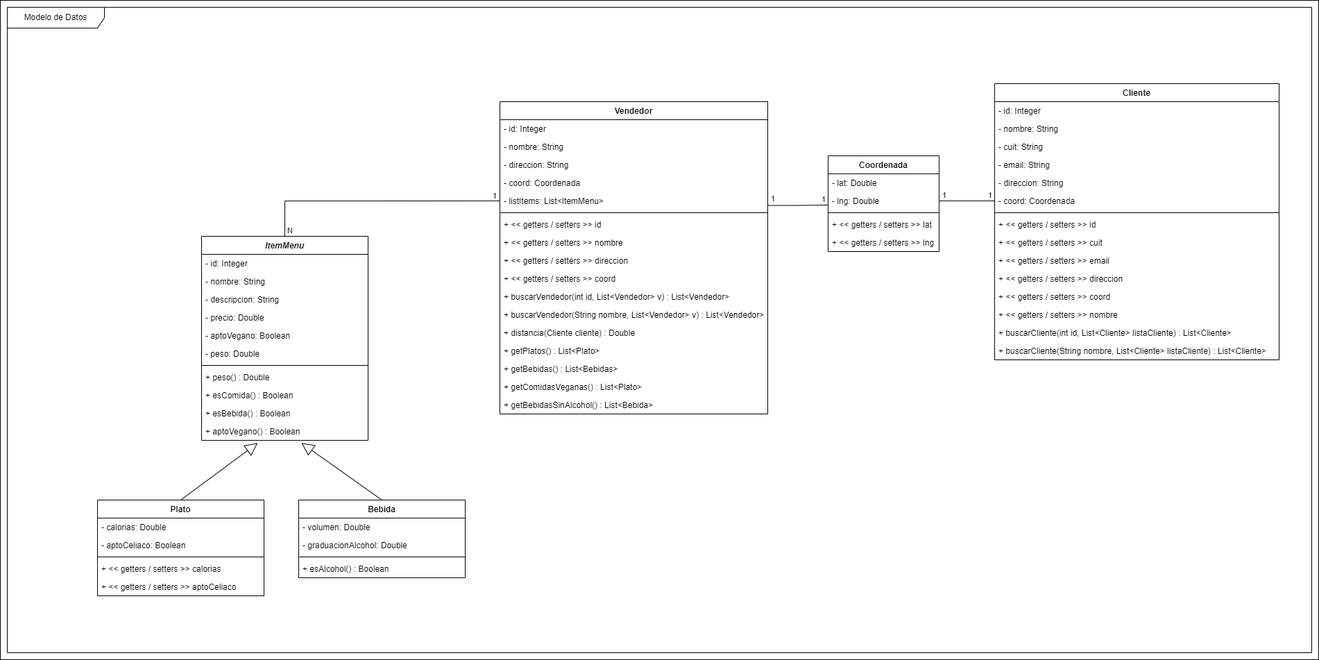
Before: Diagrama.png, a diagram exported from draw.io (DeckNG31/Simple-Delivery-App). Source tidied: cells renumbered, new cells last; positions are measured from the earlier drawing's top-left corner, leaving out a move shared by most shapes.
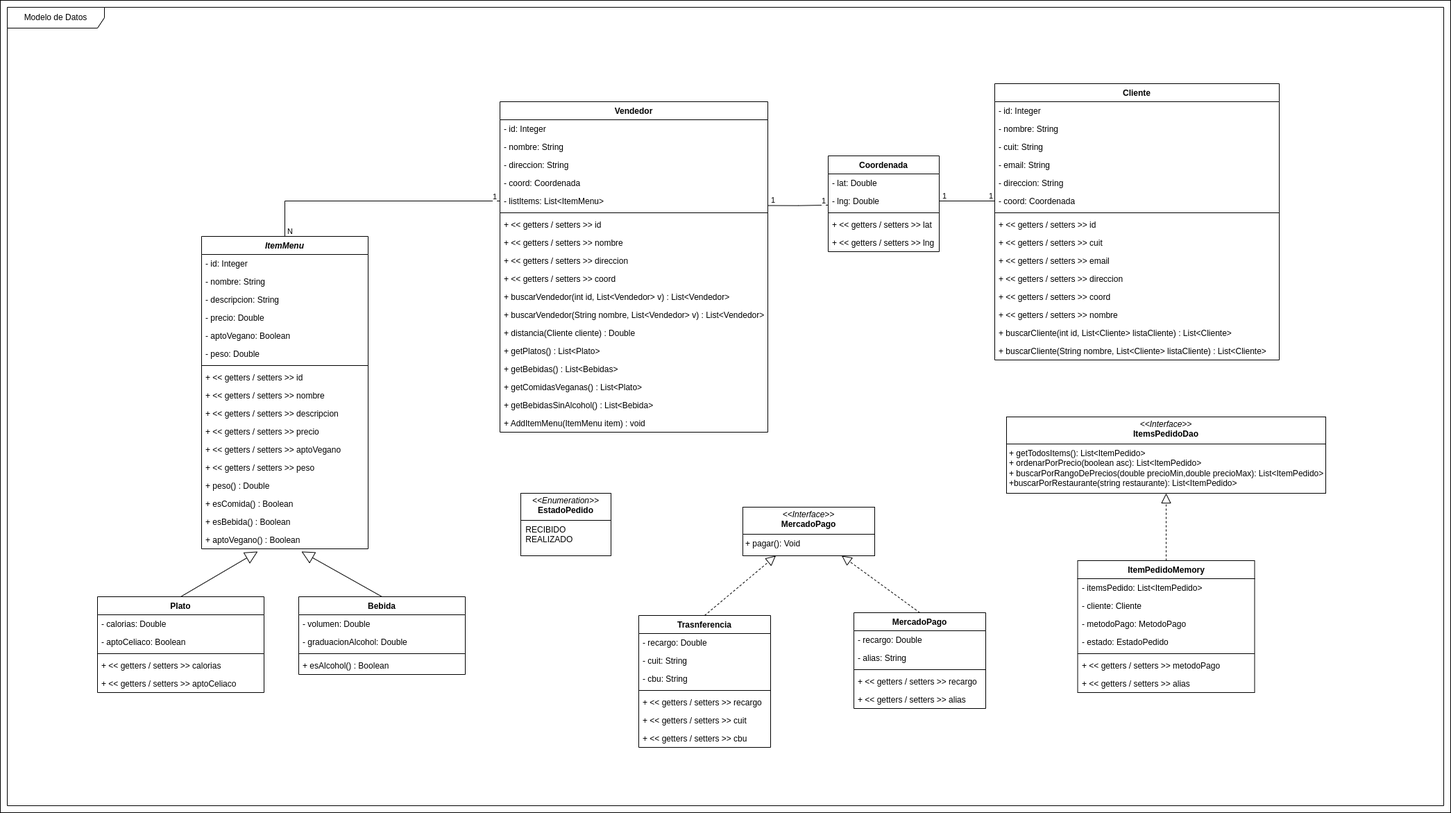
Later version of the same file.

Diff of the diagram source:
```diff
@@ -3,7 +3,7 @@
     <mxCell id="0" />
     <mxCell id="1" parent="0" />
     <mxCell id="2" style="rounded=0;whiteSpace=wrap;html=1;" parent="1" vertex="1">
-      <mxGeometry width="1900" height="950" as="geometry" />
+      <mxGeometry width="2090" height="1170" as="geometry" />
     </mxCell>
     <mxCell id="3" value="Cliente" style="swimlane;fontStyle=1;align=center;verticalAlign=top;horizontal=1;startSize=26;whiteSpace=wrap;html=1;" parent="1" vertex="1">
       <mxGeometry x="1433" y="120" width="410" height="398" as="geometry" />
@@ -72,7 +72,7 @@
       <mxGeometry y="112" width="160" height="26" as="geometry" />
     </mxCell>
     <mxCell id="25" value="&lt;div&gt;Vendedor&lt;/div&gt;" style="swimlane;fontStyle=1;align=center;verticalAlign=top;horizontal=1;startSize=26;whiteSpace=wrap;html=1;" parent="1" vertex="1">
-      <mxGeometry x="720" y="146" width="386" height="450" as="geometry" />
+      <mxGeometry x="720" y="146" width="386" height="476" as="geometry" />
     </mxCell>
     <mxCell id="26" value="- id: Integer" style="text;strokeColor=none;fillColor=none;align=left;verticalAlign=top;spacingLeft=4;spacingRight=4;overflow=hidden;whiteSpace=wrap;html=1;" parent="25" vertex="1">
       <mxGeometry y="26" width="386" height="26" as="geometry" />
@@ -125,8 +125,11 @@
     <mxCell id="42" value="+ getBebidasSinAlcohol() : List&amp;lt;Bebida&amp;gt;" style="text;strokeColor=none;fillColor=none;align=left;verticalAlign=top;spacingLeft=4;spacingRight=4;overflow=hidden;whiteSpace=wrap;html=1;" parent="25" vertex="1">
       <mxGeometry y="424" width="386" height="26" as="geometry" />
     </mxCell>
+    <mxCell id="78" value="+ AddItemMenu(ItemMenu item) : void" style="text;strokeColor=none;fillColor=none;align=left;verticalAlign=top;spacingLeft=4;spacingRight=4;overflow=hidden;whiteSpace=wrap;html=1;" parent="25" vertex="1">
+      <mxGeometry y="450" width="386" height="26" as="geometry" />
+    </mxCell>
     <mxCell id="43" value="&lt;div&gt;Bebida&lt;/div&gt;" style="swimlane;fontStyle=1;align=center;verticalAlign=top;horizontal=1;startSize=26;whiteSpace=wrap;html=1;" parent="1" vertex="1">
-      <mxGeometry x="430" y="720" width="240" height="112" as="geometry" />
+      <mxGeometry x="430" y="859" width="240" height="112" as="geometry" />
     </mxCell>
     <mxCell id="44" value="- volumen: Double" style="text;strokeColor=none;fillColor=none;align=left;verticalAlign=top;spacingLeft=4;spacingRight=4;overflow=hidden;whiteSpace=wrap;html=1;" parent="43" vertex="1">
       <mxGeometry y="26" width="240" height="26" as="geometry" />
@@ -141,7 +144,7 @@
       <mxGeometry y="86" width="240" height="26" as="geometry" />
     </mxCell>
     <mxCell id="48" value="&lt;div&gt;Plato&lt;/div&gt;" style="swimlane;fontStyle=1;align=center;verticalAlign=top;horizontal=1;startSize=26;whiteSpace=wrap;html=1;" parent="1" vertex="1">
-      <mxGeometry x="140" y="720" width="240" height="138" as="geometry" />
+      <mxGeometry x="140" y="859" width="240" height="138" as="geometry" />
     </mxCell>
     <mxCell id="49" value="- calorias: Double" style="text;strokeColor=none;fillColor=none;align=left;verticalAlign=top;spacingLeft=4;spacingRight=4;overflow=hidden;whiteSpace=wrap;html=1;" parent="48" vertex="1">
       <mxGeometry y="26" width="240" height="26" as="geometry" />
@@ -159,7 +162,7 @@
       <mxGeometry y="112" width="240" height="26" as="geometry" />
     </mxCell>
     <mxCell id="54" value="&lt;div&gt;&lt;i&gt;ItemMenu&lt;/i&gt;&lt;/div&gt;" style="swimlane;fontStyle=1;align=center;verticalAlign=top;horizontal=1;startSize=26;whiteSpace=wrap;html=1;" parent="1" vertex="1">
-      <mxGeometry x="290" y="340" width="240" height="294" as="geometry" />
+      <mxGeometry x="290" y="340" width="240" height="450" as="geometry" />
     </mxCell>
     <mxCell id="55" value="- id: Integer" style="text;strokeColor=none;fillColor=none;align=left;verticalAlign=top;spacingLeft=4;spacingRight=4;overflow=hidden;whiteSpace=wrap;html=1;" parent="54" vertex="1">
       <mxGeometry y="26" width="240" height="26" as="geometry" />
@@ -182,17 +185,35 @@
     <mxCell id="61" style="line;strokeWidth=1;fillColor=none;align=left;verticalAlign=middle;spacingTop=-1;spacingLeft=3;spacingRight=3;labelPosition=right;strokeColor=inherit;" parent="54" vertex="1">
       <mxGeometry y="182" width="240" height="8" as="geometry" />
     </mxCell>
+    <mxCell id="79" value="+ &amp;lt;&amp;lt; getters / setters &amp;gt;&amp;gt; id" style="text;strokeColor=none;fillColor=none;align=left;verticalAlign=top;spacingLeft=4;spacingRight=4;overflow=hidden;whiteSpace=wrap;html=1;" parent="54" vertex="1">
+      <mxGeometry y="190" width="240" height="26" as="geometry" />
+    </mxCell>
+    <mxCell id="80" value="+ &amp;lt;&amp;lt; getters / setters &amp;gt;&amp;gt; nombre" style="text;strokeColor=none;fillColor=none;align=left;verticalAlign=top;spacingLeft=4;spacingRight=4;overflow=hidden;whiteSpace=wrap;html=1;" parent="54" vertex="1">
+      <mxGeometry y="216" width="240" height="26" as="geometry" />
+    </mxCell>
+    <mxCell id="81" value="+ &amp;lt;&amp;lt; getters / setters &amp;gt;&amp;gt; descripcion" style="text;strokeColor=none;fillColor=none;align=left;verticalAlign=top;spacingLeft=4;spacingRight=4;overflow=hidden;whiteSpace=wrap;html=1;" parent="54" vertex="1">
+      <mxGeometry y="242" width="240" height="26" as="geometry" />
+    </mxCell>
+    <mxCell id="82" value="+ &amp;lt;&amp;lt; getters / setters &amp;gt;&amp;gt; precio" style="text;strokeColor=none;fillColor=none;align=left;verticalAlign=top;spacingLeft=4;spacingRight=4;overflow=hidden;whiteSpace=wrap;html=1;" parent="54" vertex="1">
+      <mxGeometry y="268" width="240" height="26" as="geometry" />
+    </mxCell>
+    <mxCell id="83" value="+ &amp;lt;&amp;lt; getters / setters &amp;gt;&amp;gt; aptoVegano" style="text;strokeColor=none;fillColor=none;align=left;verticalAlign=top;spacingLeft=4;spacingRight=4;overflow=hidden;whiteSpace=wrap;html=1;" parent="54" vertex="1">
+      <mxGeometry y="294" width="240" height="26" as="geometry" />
+    </mxCell>
+    <mxCell id="84" value="+ &amp;lt;&amp;lt; getters / setters &amp;gt;&amp;gt; peso" style="text;strokeColor=none;fillColor=none;align=left;verticalAlign=top;spacingLeft=4;spacingRight=4;overflow=hidden;whiteSpace=wrap;html=1;" parent="54" vertex="1">
+      <mxGeometry y="320" width="240" height="26" as="geometry" />
+    </mxCell>
-    <mxCell id="62" value="+ peso() : Double" style="text;strokeColor=none;fillColor=none;align=left;verticalAlign=top;spacingLeft=4;spacingRight=4;overflow=hidden;whiteSpace=wrap;html=1;" parent="54" vertex="1">
-      <mxGeometry y="190" width="240" height="26" as="geometry" />
+    <mxCell id="62" value="+ peso() : Double" style="text;strokeColor=none;fillColor=none;align=left;verticalAlign=top;spacingLeft=4;spacingRight=4;overflow=hidden;whiteSpace=wrap;html=1;fontStyle=0;" parent="54" vertex="1">
+      <mxGeometry y="346" width="240" height="26" as="geometry" />
     </mxCell>
-    <mxCell id="63" value="+ esComida() : Boolean" style="text;strokeColor=none;fillColor=none;align=left;verticalAlign=top;spacingLeft=4;spacingRight=4;overflow=hidden;whiteSpace=wrap;html=1;" parent="54" vertex="1">
-      <mxGeometry y="216" width="240" height="26" as="geometry" />
+    <mxCell id="63" value="+ esComida() : Boolean" style="text;strokeColor=none;fillColor=none;align=left;verticalAlign=top;spacingLeft=4;spacingRight=4;overflow=hidden;whiteSpace=wrap;html=1;fontStyle=0;" parent="54" vertex="1">
+      <mxGeometry y="372" width="240" height="26" as="geometry" />
     </mxCell>
-    <mxCell id="64" value="+ esBebida() : Boolean" style="text;strokeColor=none;fillColor=none;align=left;verticalAlign=top;spacingLeft=4;spacingRight=4;overflow=hidden;whiteSpace=wrap;html=1;" parent="54" vertex="1">
-      <mxGeometry y="242" width="240" height="26" as="geometry" />
+    <mxCell id="64" value="+ esBebida() : Boolean" style="text;strokeColor=none;fillColor=none;align=left;verticalAlign=top;spacingLeft=4;spacingRight=4;overflow=hidden;whiteSpace=wrap;html=1;fontStyle=0;" parent="54" vertex="1">
+      <mxGeometry y="398" width="240" height="26" as="geometry" />
     </mxCell>
-    <mxCell id="65" value="+ aptoVegano() : Boolean" style="text;strokeColor=none;fillColor=none;align=left;verticalAlign=top;spacingLeft=4;spacingRight=4;overflow=hidden;points=[[0,0.5],[1,0.5]];portConstraint=eastwest;whiteSpace=wrap;html=1;" parent="54" vertex="1">
-      <mxGeometry y="268" width="240" height="26" as="geometry" />
+    <mxCell id="65" value="+ aptoVegano() : Boolean" style="text;strokeColor=none;fillColor=none;align=left;verticalAlign=top;spacingLeft=4;spacingRight=4;overflow=hidden;points=[[0,0.5],[1,0.5]];portConstraint=eastwest;whiteSpace=wrap;html=1;fontStyle=0;" parent="54" vertex="1">
+      <mxGeometry y="424" width="240" height="26" as="geometry" />
     </mxCell>
     <mxCell id="66" style="endArrow=block;endSize=16;endFill=0;html=1;rounded=0;entryX=0.337;entryY=1.15;entryDx=0;entryDy=0;exitX=0.5;exitY=0;exitDx=0;exitDy=0;entryPerimeter=0;" parent="1" edge="1" source="48" target="65">
       <mxGeometry relative="1" as="geometry" />
@@ -240,7 +261,91 @@
       </mxGeometry>
     </mxCell>
     <mxCell id="77" value="Modelo de Datos" style="shape=umlFrame;whiteSpace=wrap;html=1;width=140;height=30;" parent="1" vertex="1">
-      <mxGeometry x="10" y="10" width="1880" height="930" as="geometry" />
+      <mxGeometry x="10" y="10" width="2070" height="1150" as="geometry" />
     </mxCell>
+    <mxCell id="85" value="&lt;div&gt;MercadoPago&lt;/div&gt;" style="swimlane;fontStyle=1;align=center;verticalAlign=top;horizontal=1;startSize=26;whiteSpace=wrap;html=1;" parent="1" vertex="1">
+      <mxGeometry x="1230" y="882" width="190" height="138" as="geometry" />
+    </mxCell>
+    <mxCell id="86" value="- recargo: Double" style="text;strokeColor=none;fillColor=none;align=left;verticalAlign=top;spacingLeft=4;spacingRight=4;overflow=hidden;whiteSpace=wrap;html=1;" parent="85" vertex="1">
+      <mxGeometry y="26" width="190" height="26" as="geometry" />
+    </mxCell>
+    <mxCell id="87" value="- alias: String" style="text;strokeColor=none;fillColor=none;align=left;verticalAlign=top;spacingLeft=4;spacingRight=4;overflow=hidden;whiteSpace=wrap;html=1;" parent="85" vertex="1">
+      <mxGeometry y="52" width="190" height="26" as="geometry" />
+    </mxCell>
+    <mxCell id="88" style="line;strokeWidth=1;fillColor=none;align=left;verticalAlign=middle;spacingTop=-1;spacingLeft=3;spacingRight=3;labelPosition=right;strokeColor=inherit;" parent="85" vertex="1">
+      <mxGeometry y="78" width="190" height="8" as="geometry" />
+    </mxCell>
+    <mxCell id="89" value="+ &amp;lt;&amp;lt; getters / setters &amp;gt;&amp;gt; recargo" style="text;strokeColor=none;fillColor=none;align=left;verticalAlign=top;spacingLeft=4;spacingRight=4;overflow=hidden;whiteSpace=wrap;html=1;" parent="85" vertex="1">
+      <mxGeometry y="86" width="190" height="26" as="geometry" />
+    </mxCell>
+    <mxCell id="90" value="+ &amp;lt;&amp;lt; getters / setters &amp;gt;&amp;gt; alias" style="text;strokeColor=none;fillColor=none;align=left;verticalAlign=top;spacingLeft=4;spacingRight=4;overflow=hidden;whiteSpace=wrap;html=1;" parent="85" vertex="1">
+      <mxGeometry y="112" width="190" height="26" as="geometry" />
+    </mxCell>
+    <mxCell id="91" value="&lt;p style=&quot;margin:0px;margin-top:4px;text-align:center;&quot;&gt;&lt;i&gt;&amp;lt;&amp;lt;Interface&amp;gt;&amp;gt;&lt;/i&gt;&lt;br&gt;&lt;b&gt;MercadoPago&lt;/b&gt;&lt;/p&gt;&lt;hr size=&quot;1&quot; style=&quot;border-style:solid;&quot;&gt;&lt;p style=&quot;margin:0px;margin-left:4px;&quot;&gt;+ pagar(): Void&lt;br&gt;&lt;br&gt;&lt;/p&gt;" style="verticalAlign=top;align=left;overflow=fill;html=1;whiteSpace=wrap;" parent="1" vertex="1">
+      <mxGeometry x="1070" y="730" width="190" height="70" as="geometry" />
+    </mxCell>
+    <mxCell id="92" value="&lt;div&gt;Trasnferencia&lt;/div&gt;" style="swimlane;fontStyle=1;align=center;verticalAlign=top;horizontal=1;startSize=26;whiteSpace=wrap;html=1;" parent="1" vertex="1">
+      <mxGeometry x="920" y="886" width="190" height="190" as="geometry" />
+    </mxCell>
+    <mxCell id="93" value="- recargo: Double" style="text;strokeColor=none;fillColor=none;align=left;verticalAlign=top;spacingLeft=4;spacingRight=4;overflow=hidden;whiteSpace=wrap;html=1;" parent="92" vertex="1">
+      <mxGeometry y="26" width="190" height="26" as="geometry" />
+    </mxCell>
+    <mxCell id="94" value="- cuit: String" style="text;strokeColor=none;fillColor=none;align=left;verticalAlign=top;spacingLeft=4;spacingRight=4;overflow=hidden;whiteSpace=wrap;html=1;" parent="92" vertex="1">
+      <mxGeometry y="52" width="190" height="26" as="geometry" />
+    </mxCell>
+    <mxCell id="95" value="- cbu: String" style="text;strokeColor=none;fillColor=none;align=left;verticalAlign=top;spacingLeft=4;spacingRight=4;overflow=hidden;whiteSpace=wrap;html=1;" parent="92" vertex="1">
+      <mxGeometry y="78" width="190" height="26" as="geometry" />
+    </mxCell>
+    <mxCell id="96" style="line;strokeWidth=1;fillColor=none;align=left;verticalAlign=middle;spacingTop=-1;spacingLeft=3;spacingRight=3;labelPosition=right;strokeColor=inherit;" parent="92" vertex="1">
+      <mxGeometry y="104" width="190" height="8" as="geometry" />
+    </mxCell>
+    <mxCell id="97" value="+ &amp;lt;&amp;lt; getters / setters &amp;gt;&amp;gt; recargo" style="text;strokeColor=none;fillColor=none;align=left;verticalAlign=top;spacingLeft=4;spacingRight=4;overflow=hidden;whiteSpace=wrap;html=1;" parent="92" vertex="1">
+      <mxGeometry y="112" width="190" height="26" as="geometry" />
+    </mxCell>
+    <mxCell id="98" value="+ &amp;lt;&amp;lt; getters / setters &amp;gt;&amp;gt; cuit" style="text;strokeColor=none;fillColor=none;align=left;verticalAlign=top;spacingLeft=4;spacingRight=4;overflow=hidden;whiteSpace=wrap;html=1;" parent="92" vertex="1">
+      <mxGeometry y="138" width="190" height="26" as="geometry" />
+    </mxCell>
+    <mxCell id="99" value="+ &amp;lt;&amp;lt; getters / setters &amp;gt;&amp;gt; cbu" style="text;strokeColor=none;fillColor=none;align=left;verticalAlign=top;spacingLeft=4;spacingRight=4;overflow=hidden;whiteSpace=wrap;html=1;" parent="92" vertex="1">
+      <mxGeometry y="164" width="190" height="26" as="geometry" />
+    </mxCell>
+    <mxCell id="100" style="endArrow=block;dashed=1;endFill=0;endSize=12;html=1;rounded=0;entryX=0.25;entryY=1;entryDx=0;entryDy=0;exitX=0.5;exitY=0;exitDx=0;exitDy=0;" parent="1" edge="1" source="92" target="91">
+      <mxGeometry relative="1" as="geometry" />
+    </mxCell>
+    <mxCell id="101" style="endArrow=block;dashed=1;endFill=0;endSize=12;html=1;rounded=0;entryX=0.75;entryY=1;entryDx=0;entryDy=0;exitX=0.5;exitY=0;exitDx=0;exitDy=0;" parent="1" edge="1" source="85" target="91">
+      <mxGeometry relative="1" as="geometry" />
+    </mxCell>
+    <mxCell id="102" value="&lt;p style=&quot;margin:0px;margin-top:4px;text-align:center;&quot;&gt;&lt;i&gt;&amp;lt;&amp;lt;Enumeration&amp;gt;&amp;gt;&lt;/i&gt;&lt;br&gt;&lt;b&gt;EstadoPedido&lt;/b&gt;&lt;/p&gt;&lt;hr size=&quot;1&quot; style=&quot;border-style:solid;&quot;&gt;&lt;p style=&quot;margin:0px;margin-left:4px;&quot;&gt;&amp;nbsp;RECIBIDO&lt;br&gt;&amp;nbsp;REALIZADO&lt;/p&gt;" style="verticalAlign=top;align=left;overflow=fill;html=1;whiteSpace=wrap;" parent="1" vertex="1">
+      <mxGeometry x="750" y="710" width="130" height="90" as="geometry" />
+    </mxCell>
+    <mxCell id="103" value="&lt;p style=&quot;margin:0px;margin-top:4px;text-align:center;&quot;&gt;&lt;i&gt;&amp;lt;&amp;lt;Interface&amp;gt;&amp;gt;&lt;/i&gt;&lt;br&gt;&lt;b&gt;ItemsPedidoDao&lt;/b&gt;&lt;/p&gt;&lt;hr size=&quot;1&quot; style=&quot;border-style:solid;&quot;&gt;&lt;p style=&quot;margin:0px;margin-left:4px;&quot;&gt;+ getTodosItems(): List&amp;lt;ItemPedido&amp;gt;&lt;/p&gt;&lt;p style=&quot;margin:0px;margin-left:4px;&quot;&gt;+ ordenarPorPrecio(boolean asc): List&amp;lt;ItemPedido&amp;gt;&lt;/p&gt;&lt;p style=&quot;margin:0px;margin-left:4px;&quot;&gt;+ buscarPorRangoDePrecios(double precioMin,double precioMax): List&amp;lt;ItemPedido&amp;gt;&lt;/p&gt;&lt;p style=&quot;margin:0px;margin-left:4px;&quot;&gt;+&lt;span style=&quot;background-color: initial;&quot;&gt;buscarPorRestaurante(string restaurante): List&amp;lt;ItemPedido&amp;gt;&lt;/span&gt;&lt;/p&gt;" style="verticalAlign=top;align=left;overflow=fill;html=1;whiteSpace=wrap;" parent="1" vertex="1">
+      <mxGeometry x="1450" y="600" width="460" height="110" as="geometry" />
+    </mxCell>
+    <mxCell id="104" value="&lt;div&gt;ItemPedidoMemory&lt;/div&gt;" style="swimlane;fontStyle=1;align=center;verticalAlign=top;horizontal=1;startSize=26;whiteSpace=wrap;html=1;" parent="1" vertex="1">
+      <mxGeometry x="1552.5" y="807" width="255" height="190" as="geometry" />
+    </mxCell>
+    <mxCell id="105" value="- itemsPedido: List&amp;lt;ItemPedido&amp;gt;" style="text;strokeColor=none;fillColor=none;align=left;verticalAlign=top;spacingLeft=4;spacingRight=4;overflow=hidden;whiteSpace=wrap;html=1;" parent="104" vertex="1">
+      <mxGeometry y="26" width="255" height="26" as="geometry" />
+    </mxCell>
+    <mxCell id="106" value="- cliente: Cliente" style="text;strokeColor=none;fillColor=none;align=left;verticalAlign=top;spacingLeft=4;spacingRight=4;overflow=hidden;whiteSpace=wrap;html=1;" parent="104" vertex="1">
+      <mxGeometry y="52" width="255" height="26" as="geometry" />
+    </mxCell>
+    <mxCell id="107" value="- metodoPago: MetodoPago" style="text;strokeColor=none;fillColor=none;align=left;verticalAlign=top;spacingLeft=4;spacingRight=4;overflow=hidden;whiteSpace=wrap;html=1;" parent="104" vertex="1">
+      <mxGeometry y="78" width="255" height="26" as="geometry" />
+    </mxCell>
+    <mxCell id="108" value="- estado: EstadoPedido" style="text;strokeColor=none;fillColor=none;align=left;verticalAlign=top;spacingLeft=4;spacingRight=4;overflow=hidden;whiteSpace=wrap;html=1;" parent="104" vertex="1">
+      <mxGeometry y="104" width="255" height="26" as="geometry" />
+    </mxCell>
+    <mxCell id="109" style="line;strokeWidth=1;fillColor=none;align=left;verticalAlign=middle;spacingTop=-1;spacingLeft=3;spacingRight=3;labelPosition=right;strokeColor=inherit;" parent="104" vertex="1">
+      <mxGeometry y="130" width="255" height="8" as="geometry" />
+    </mxCell>
+    <mxCell id="110" value="+ &amp;lt;&amp;lt; getters / setters &amp;gt;&amp;gt; metodoPago" style="text;strokeColor=none;fillColor=none;align=left;verticalAlign=top;spacingLeft=4;spacingRight=4;overflow=hidden;whiteSpace=wrap;html=1;" parent="104" vertex="1">
+      <mxGeometry y="138" width="255" height="26" as="geometry" />
+    </mxCell>
+    <mxCell id="111" value="+ &amp;lt;&amp;lt; getters / setters &amp;gt;&amp;gt; alias" style="text;strokeColor=none;fillColor=none;align=left;verticalAlign=top;spacingLeft=4;spacingRight=4;overflow=hidden;whiteSpace=wrap;html=1;" parent="104" vertex="1">
+      <mxGeometry y="164" width="255" height="26" as="geometry" />
+    </mxCell>
+    <mxCell id="112" style="endArrow=block;dashed=1;endFill=0;endSize=12;html=1;rounded=0;entryX=0.5;entryY=1;entryDx=0;entryDy=0;exitX=0.5;exitY=0;exitDx=0;exitDy=0;" parent="1" edge="1" source="104" target="103">
+      <mxGeometry relative="1" as="geometry" />
+    </mxCell>
   </root>
 </mxGraphModel>
```
